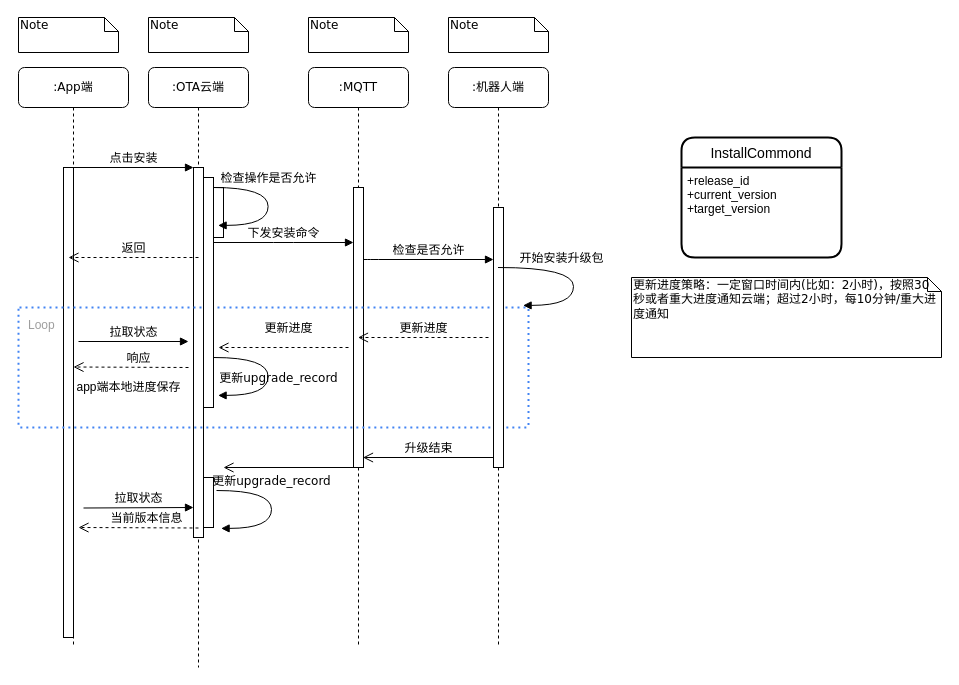
The draw.io diagram craft/upgrade_flow.drawio in feihu618/drawio, before the edit. Source tidied: cells renumbered, new cells numbered last; positions are measured from the earlier drawing's top-left corner, leaving out a move shared by most shapes. Both pictures are drawn from the tidied source at 100%, with x=0, y=0 at pixel (18, 17).
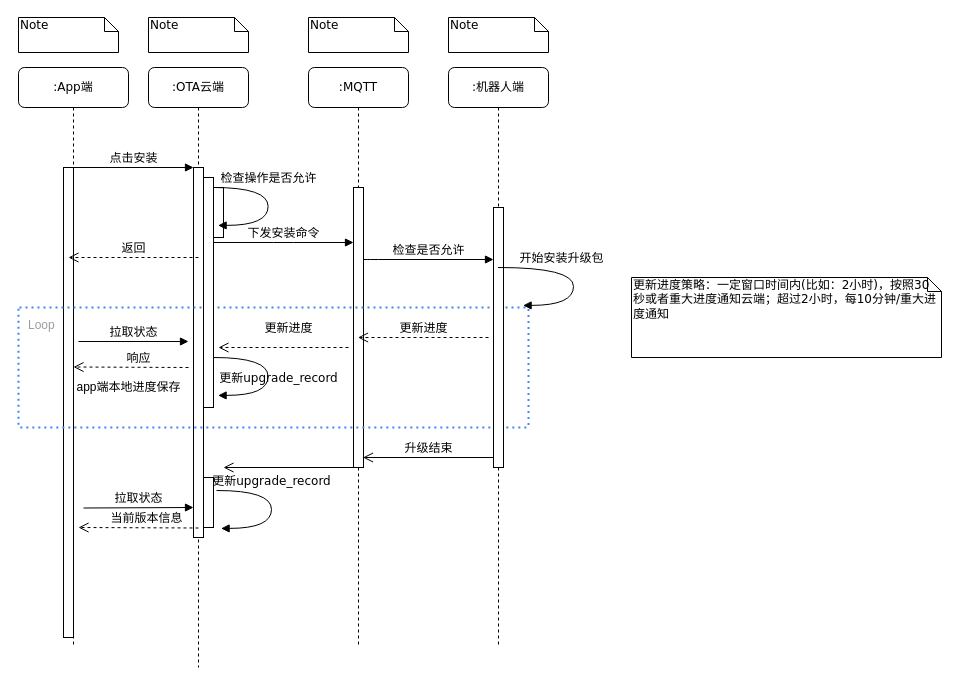
After the change.

Change to the diagram source:
```diff
@@
-    <mxCell id="36" value="InstallCommond" style="swimlane;horizontal=1;startSize=30;rounded=1;fontSize=14;fontStyle=0;strokeWidth=2;shadow=0;dashed=0;align=center;" parent="1" vertex="1">
-      <mxGeometry x="663" y="120" width="160" height="120" as="geometry" />
-    </mxCell>
-    <mxCell id="37" value="+release_id&#10;+current_version&#10;+target_version" style="align=left;strokeColor=none;fillColor=none;spacingLeft=4;fontSize=12;verticalAlign=top;" parent="36" vertex="1">
-      <mxGeometry y="30" width="160" height="90" as="geometry" />
-    </mxCell>
```
